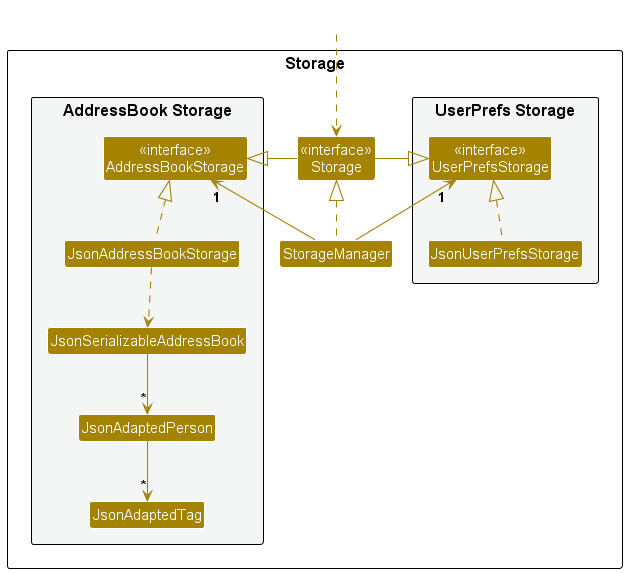
The PlantUML diagram docs/images/StorageClassDiagram.png in nus-cs2103-AY2425S1/tp, before a commit.
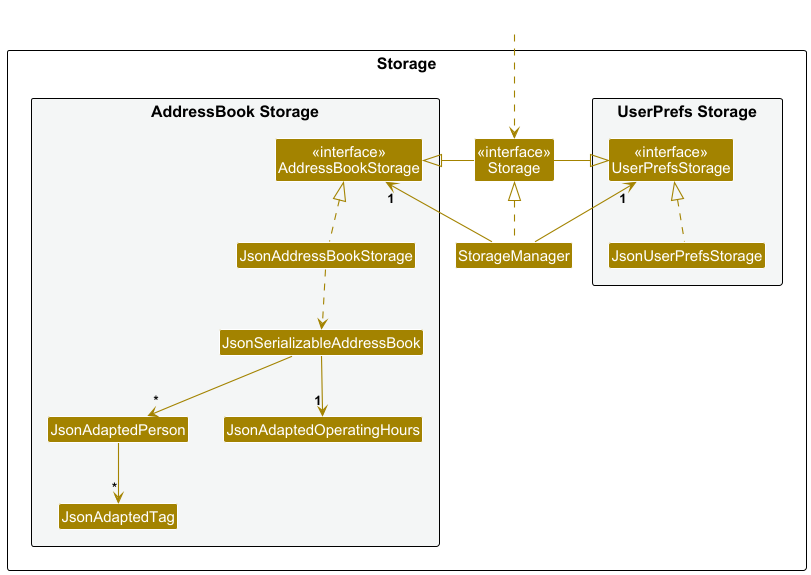
After the commit.

The edit, as a diff of the source:
```diff
@@ -20,6 +20,7 @@
 Class JsonSerializableAddressBook
 Class JsonAdaptedPerson
 Class JsonAdaptedTag
+Class JsonAdaptedOperatingHours
 }
 
 }
@@ -38,6 +39,7 @@
 JsonAddressBookStorage .up.|> AddressBookStorage
 JsonAddressBookStorage ..> JsonSerializableAddressBook
 JsonSerializableAddressBook --> "*" JsonAdaptedPerson
+JsonSerializableAddressBook --> "1" JsonAdaptedOperatingHours
 JsonAdaptedPerson --> "*" JsonAdaptedTag
 
 @enduml
```
